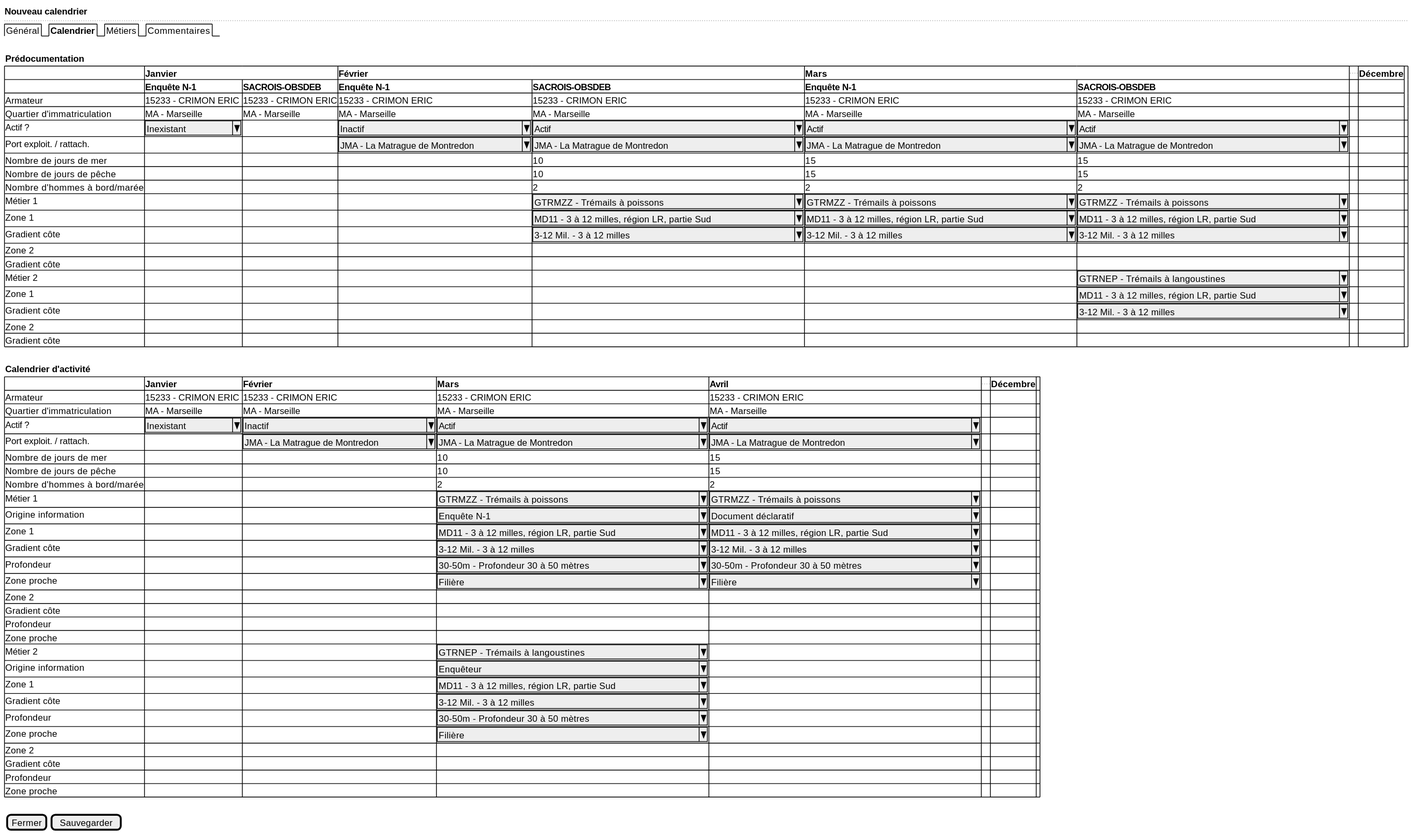
Earlier version of the PlantUML export projects/activity-calendar/spe/images/activity-calendar-new.svg (sumaris-net/sumaris-doc).
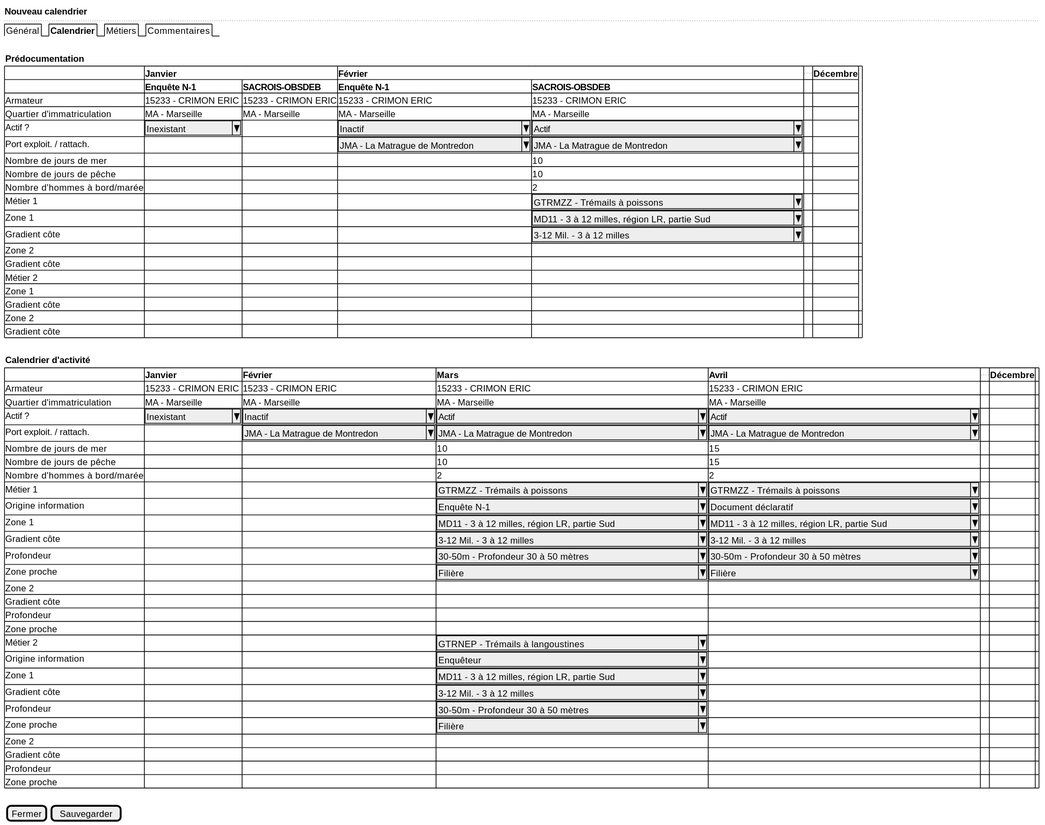
After the commit.

What changed in the source:
```diff
@@ -7,25 +7,25 @@
 
   {<b>Prédocumentation}
   	{#
-     . | <b>Janvier | * | <b>Février | * | <b>Mars | * | ... | <b>Décembre
-     . | <b>Enquête N-1 | <b>SACROIS-OBSDEB | <b>Enquête N-1 | <b>SACROIS-OBSDEB | <b>Enquête N-1 | <b>SACROIS-OBSDEB | . | .
-     Armateur | 15233 - CRIMON ERIC | 15233 - CRIMON ERIC | 15233 - CRIMON ERIC | 15233 - CRIMON ERIC | 15233 - CRIMON ERIC | 15233 - CRIMON ERIC | . | .
-     Quartier d'immatriculation | MA - Marseille | MA - Marseille | MA - Marseille | MA - Marseille | MA - Marseille | MA - Marseille | . | .
-     Actif ? | ^Inexistant    ^ | . | ^Inactif                       ^ | ^Actif                                      ^ | ^Actif                                      ^ | ^Actif                                      ^ | . | . | .
-     Port exploit. / rattach. | . | . | ^JMA - La Matrague de Montredon^| ^JMA - La Matrague de Montredon             ^ | ^JMA - La Matrague de Montredon             ^| ^JMA - La Matrague de Montredon             ^ | . | .
-     Nombre de jours de mer | . | . | . | 10 | 15 | 15 | . | . | .
-     Nombre de jours de pêche | . | . | . | 10 | 15 | 15 |. | . | .
-     Nombre d'hommes à bord/marée | . | . | . | 2 | 2 | 2 | . | . | .
-     Métier 1 | . | . | .| ^GTRMZZ - Trémails à poissons               ^ | ^GTRMZZ - Trémails à poissons               ^ | ^GTRMZZ - Trémails à poissons               ^ | . | . | .
-     Zone 1 | . | . | .| ^MD11 - 3 à 12 milles, région LR, partie Sud^| ^MD11 - 3 à 12 milles, région LR, partie Sud^ | ^MD11 - 3 à 12 milles, région LR, partie Sud^ | . | . | .
-     Gradient côte | . | . | .| ^3-12 Mil. - 3 à 12 milles                  ^ | ^3-12 Mil. - 3 à 12 milles                  ^ | ^3-12 Mil. - 3 à 12 milles                  ^ | . | . | .
-     Zone 2 | . | . | . | . | . | . | . | .
-     Gradient côte | . | . | . | . | . | . | . | .
-     Métier 2 | . | . | . | . | . | ^GTRNEP - Trémails à langoustines           ^  | . | .
-     Zone 1 | . | . | . | . | . | ^MD11 - 3 à 12 milles, région LR, partie Sud^ | . | .
-     Gradient côte | . | . | . | . | . | ^3-12 Mil. - 3 à 12 milles                  ^ | . | .
-     Zone 2 | . | . | . | . | . | . | . | .
-     Gradient côte | . | . | . | . | . | . | . | .
+     . | <b>Janvier | * | <b>Février | * | ... | <b>Décembre
+     . | <b>Enquête N-1 | <b>SACROIS-OBSDEB | <b>Enquête N-1 | <b>SACROIS-OBSDEB | . | .
+     Armateur | 15233 - CRIMON ERIC | 15233 - CRIMON ERIC | 15233 - CRIMON ERIC | 15233 - CRIMON ERIC | . | .
+     Quartier d'immatriculation | MA - Marseille | MA - Marseille | MA - Marseille | MA - Marseille | . | .
+     Actif ? | ^Inexistant    ^ | . | ^Inactif                       ^ | ^Actif                                      ^ | . | .
+     Port exploit. / rattach. | . | . | ^JMA - La Matrague de Montredon^| ^JMA - La Matrague de Montredon             ^ | . | .
+     Nombre de jours de mer | . | . | . | 10 | . | .
+     Nombre de jours de pêche | . | . | . | 10 | . | .
+     Nombre d'hommes à bord/marée | . | . | . | 2 | . | .
+     Métier 1 | . | . | .| ^GTRMZZ - Trémails à poissons               ^ | . | .
+     Zone 1 | . | . | .| ^MD11 - 3 à 12 milles, région LR, partie Sud^ | . | .
+     Gradient côte | . | . | .| ^3-12 Mil. - 3 à 12 milles                  ^ | . | .
+     Zone 2 | . | . | . | . | . | . | .
+     Gradient côte | . | . | . | . | . | . | .
+     Métier 2 | . | . | . | . | . | .
+     Zone 1 | . | . | . | . | . | .
+     Gradient côte | . | . | . | . | . | .
+     Zone 2 | . | . | . | . | . | . | .
+     Gradient côte | . | . | . | . | . | . | .
      }
      .
 
```
